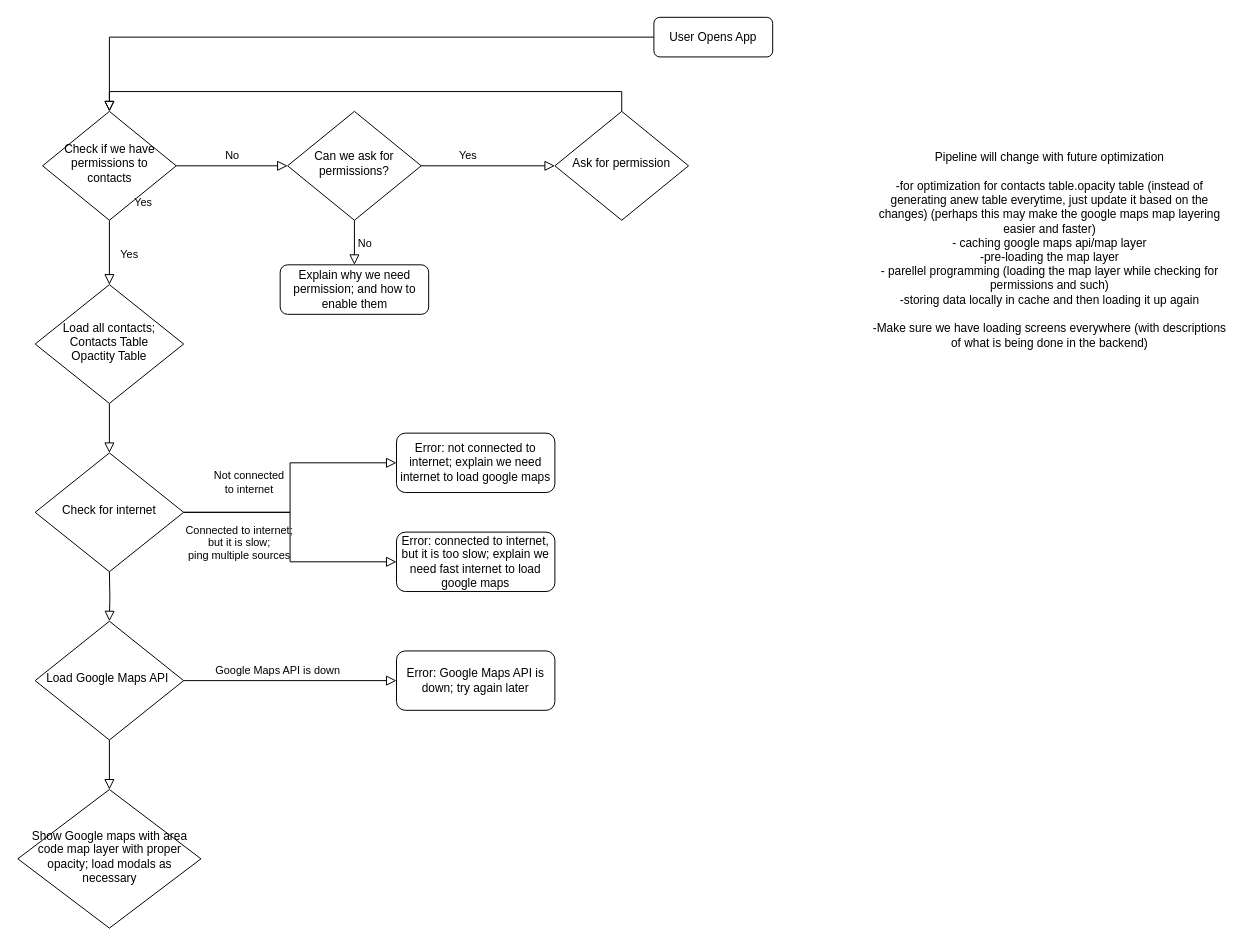
The draw.io diagram docs/Flowchart.drawio in AreaCodeMap/areacodecontactsapp, before the edit. Source tidied: cells renumbered, new cells numbered last; positions are measured from the earlier drawing's top-left corner, leaving out a move shared by most shapes. Both pictures are drawn from the tidied source at 99%, with x=0, y=0 at pixel (18, 17).
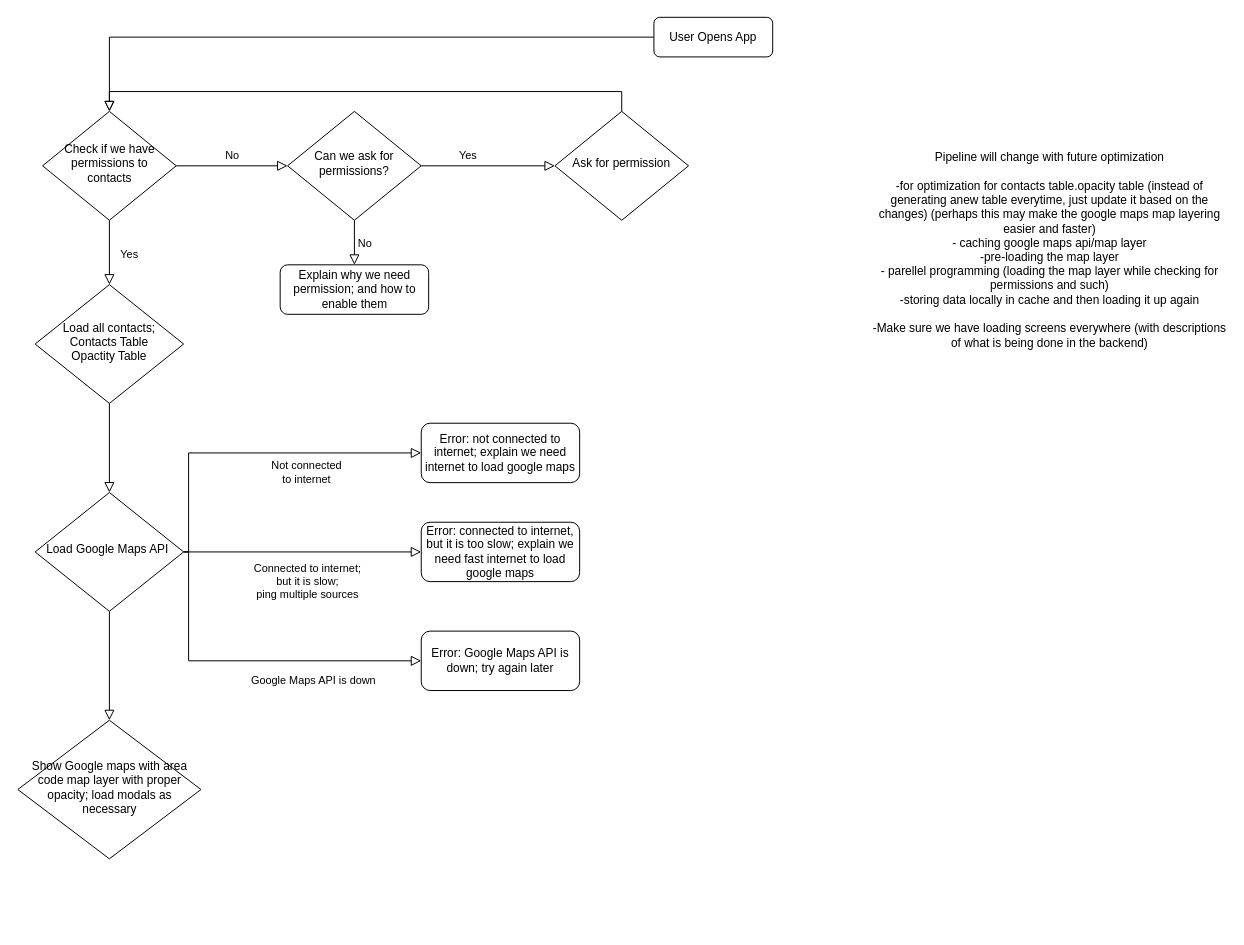
Above is the later version.

Commit message:
Updated flowchat; Removed "Check for internet" section, combined with Google Api section

The change refers to these unchanged cells:
```xml
<mxCell id="6" value="Check if we have permissions&amp;nbsp;to contacts" style="rhombus;whiteSpace=wrap;html=1;shadow=0;fontFamily=Helvetica;fontSize=12;align=center;strokeWidth=1;spacing=6;spacingTop=-4;" parent="1" vertex="1">
  <mxGeometry x="24.5" y="95" width="135" height="110" as="geometry" />
</mxCell>
<mxCell id="8" value="Load all contacts;&lt;br&gt;Contacts Table&lt;br&gt;Opactity Table" style="rhombus;whiteSpace=wrap;html=1;shadow=0;fontFamily=Helvetica;fontSize=12;align=center;strokeWidth=1;spacing=6;spacingTop=-4;" parent="1" vertex="1">
  <mxGeometry x="17" y="270" width="150" height="120" as="geometry" />
</mxCell>
<mxCell id="23" value="Ask for permission" style="rhombus;whiteSpace=wrap;html=1;shadow=0;fontFamily=Helvetica;fontSize=12;align=center;strokeWidth=1;spacing=6;spacingTop=-4;" parent="1" vertex="1">
  <mxGeometry x="542" y="95" width="135" height="110" as="geometry" />
</mxCell>
```

What changed in the source:
```diff
@@
-    <mxCell id="7" style="rounded=0;html=1;jettySize=auto;fontSize=11;endArrow=block;endFill=0;endSize=8;strokeWidth=1;shadow=0;labelBackgroundColor=none;edgeStyle=orthogonalEdgeStyle;entryX=0.5;entryY=0;entryDx=0;entryDy=0;" parent="1" edge="1" source="8" target="9">
+    <mxCell id="7" style="rounded=0;html=1;jettySize=auto;fontSize=11;endArrow=block;endFill=0;endSize=8;strokeWidth=1;shadow=0;labelBackgroundColor=none;edgeStyle=orthogonalEdgeStyle;entryX=0.5;entryY=0;entryDx=0;entryDy=0;" parent="1" edge="1" source="8" target="15">
       <mxGeometry x="0.33" y="20" relative="1" as="geometry" />
     </mxCell>
@@
-    <mxCell id="9" value="Check for internet" style="rhombus;whiteSpace=wrap;html=1;shadow=0;fontFamily=Helvetica;fontSize=12;align=center;strokeWidth=1;spacing=6;spacingTop=-4;" parent="1" vertex="1">
-      <mxGeometry x="17" y="440" width="150" height="120" as="geometry" />
-    </mxCell>
-    <mxCell id="10" value="Not connected &lt;br&gt;to&amp;nbsp;internet" style="edgeStyle=orthogonalEdgeStyle;rounded=0;html=1;jettySize=auto;fontSize=11;endArrow=block;endFill=0;endSize=8;strokeWidth=1;shadow=0;labelBackgroundColor=none;" parent="1" edge="1" source="9" target="11">
-      <mxGeometry x="0.04" y="42" relative="1" as="geometry" />
+    <mxCell id="10" value="Not connected &lt;br&gt;to&amp;nbsp;internet" style="edgeStyle=orthogonalEdgeStyle;rounded=0;html=1;jettySize=auto;fontSize=11;endArrow=block;endFill=0;endSize=8;strokeWidth=1;shadow=0;labelBackgroundColor=none;exitX=1;exitY=0.5;exitDx=0;exitDy=0;" parent="1" edge="1" source="15" target="11">
+      <mxGeometry x="0.32" y="-20" relative="1" as="geometry">
+        <Array as="points">
+          <mxPoint x="172" y="540" />
+          <mxPoint x="172" y="440" />
+        </Array>
+      </mxGeometry>
     </mxCell>
     <mxCell id="11" value="Error: not connected to internet; explain we need internet to load google maps" style="rounded=1;whiteSpace=wrap;html=1;fontSize=12;glass=0;strokeWidth=1;shadow=0;" parent="1" vertex="1">
-      <mxGeometry x="382" y="420" width="160" height="60" as="geometry" />
+      <mxGeometry x="407" y="410" width="160" height="60" as="geometry" />
     </mxCell>
-    <mxCell id="12" value="Connected to internet; &lt;br&gt;but it is slow;&lt;br&gt;ping multiple sources" style="edgeStyle=orthogonalEdgeStyle;rounded=0;html=1;jettySize=auto;fontSize=11;endArrow=block;endFill=0;endSize=8;strokeWidth=1;shadow=0;labelBackgroundColor=none;exitX=1;exitY=0.5;exitDx=0;exitDy=0;" parent="1" edge="1" source="9" target="13">
-      <mxGeometry x="0.04" y="-52" relative="1" as="geometry" />
+    <mxCell id="12" value="Connected to internet; &lt;br&gt;but it is slow;&lt;br&gt;ping multiple sources" style="edgeStyle=orthogonalEdgeStyle;rounded=0;html=1;jettySize=auto;fontSize=11;endArrow=block;endFill=0;endSize=8;strokeWidth=1;shadow=0;labelBackgroundColor=none;exitX=1;exitY=0.5;exitDx=0;exitDy=0;" parent="1" edge="1" source="15" target="13">
+      <mxGeometry x="0.04" y="-30" relative="1" as="geometry" />
     </mxCell>
     <mxCell id="13" value="Error: connected to internet, but it is too slow; explain we need fast internet to load google maps" style="rounded=1;whiteSpace=wrap;html=1;fontSize=12;glass=0;strokeWidth=1;shadow=0;" parent="1" vertex="1">
-      <mxGeometry x="382" y="520" width="160" height="60" as="geometry" />
+      <mxGeometry x="407" y="510" width="160" height="60" as="geometry" />
     </mxCell>
-    <mxCell id="14" style="rounded=0;html=1;jettySize=auto;fontSize=11;endArrow=block;endFill=0;endSize=8;strokeWidth=1;shadow=0;labelBackgroundColor=none;edgeStyle=orthogonalEdgeStyle;entryX=0.5;entryY=0;entryDx=0;entryDy=0;" parent="1" edge="1" target="15">
-      <mxGeometry x="0.33" y="20" relative="1" as="geometry">
-        <mxPoint x="92" y="560" as="sourcePoint" />
-      </mxGeometry>
-    </mxCell>
     <mxCell id="15" value="Load Google Maps API&amp;nbsp;" style="rhombus;whiteSpace=wrap;html=1;shadow=0;fontFamily=Helvetica;fontSize=12;align=center;strokeWidth=1;spacing=6;spacingTop=-4;" parent="1" vertex="1">
-      <mxGeometry x="17" y="610" width="150" height="120" as="geometry" />
+      <mxGeometry x="17" y="480" width="150" height="120" as="geometry" />
     </mxCell>
     <mxCell id="16" value="Google Maps API is down" style="edgeStyle=orthogonalEdgeStyle;rounded=0;html=1;jettySize=auto;fontSize=11;endArrow=block;endFill=0;endSize=8;strokeWidth=1;shadow=0;labelBackgroundColor=none;" parent="1" edge="1" source="15" target="17">
-      <mxGeometry x="-0.12" y="10" relative="1" as="geometry" />
+      <mxGeometry x="0.38" y="-20" relative="1" as="geometry">
+        <Array as="points">
+          <mxPoint x="172" y="540" />
+          <mxPoint x="172" y="650" />
+        </Array>
+      </mxGeometry>
     </mxCell>
     <mxCell id="17" value="Error: Google Maps API is down; try again later" style="rounded=1;whiteSpace=wrap;html=1;fontSize=12;glass=0;strokeWidth=1;shadow=0;" parent="1" vertex="1">
-      <mxGeometry x="382" y="640" width="160" height="60" as="geometry" />
+      <mxGeometry x="407" y="620" width="160" height="60" as="geometry" />
     </mxCell>
@@
     <mxCell id="19" value="Show Google maps with area code map layer with proper opacity; load modals as necessary" style="rhombus;whiteSpace=wrap;html=1;shadow=0;fontFamily=Helvetica;fontSize=12;align=center;strokeWidth=1;spacing=6;spacingTop=-4;" parent="1" vertex="1">
-      <mxGeometry x="-0.5" y="780" width="185" height="140" as="geometry" />
+      <mxGeometry x="-0.5" y="710" width="185" height="140" as="geometry" />
     </mxCell>
@@
-    <mxCell id="24" value="Yes" style="edgeStyle=orthogonalEdgeStyle;rounded=0;html=1;jettySize=auto;fontSize=11;endArrow=block;endFill=0;endSize=8;strokeWidth=1;shadow=0;labelBackgroundColor=none;exitX=0.5;exitY=0;exitDx=0;exitDy=0;verticalAlign=middle;entryX=0.5;entryY=0;entryDx=0;entryDy=0;" parent="1" edge="1" source="23" target="6">
-      <mxGeometry x="0.59" y="61" relative="1" as="geometry">
-        <mxPoint x="-60" y="51" as="offset" />
-      </mxGeometry>
+    <mxCell id="24" style="edgeStyle=orthogonalEdgeStyle;rounded=0;html=1;jettySize=auto;fontSize=11;endArrow=block;endFill=0;endSize=8;strokeWidth=1;shadow=0;labelBackgroundColor=none;exitX=0.5;exitY=0;exitDx=0;exitDy=0;verticalAlign=middle;entryX=0.5;entryY=0;entryDx=0;entryDy=0;" parent="1" edge="1" source="23" target="6">
+      <mxGeometry y="-15" relative="1" as="geometry" />
     </mxCell>
```
